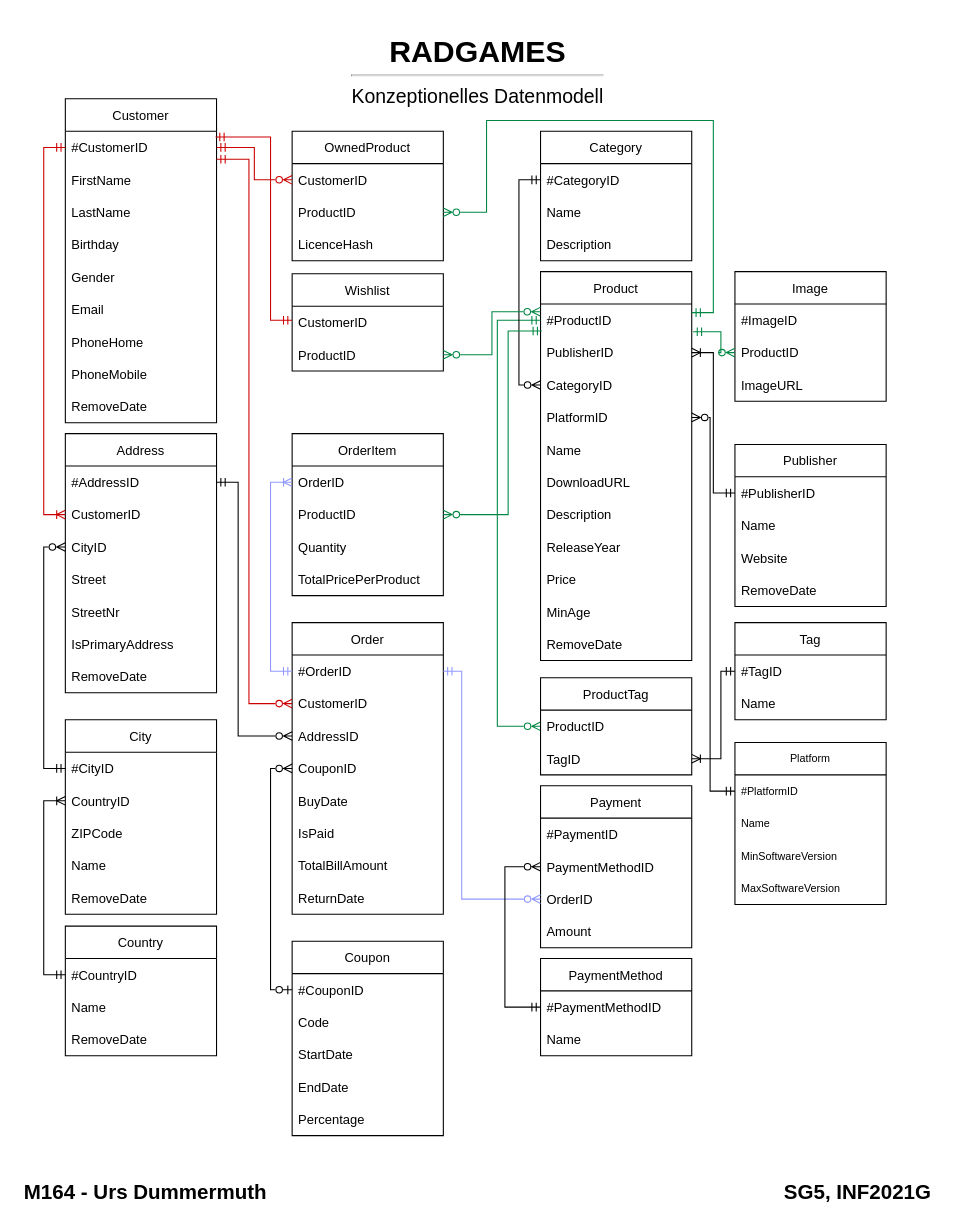
Earlier version of the draw.io diagram page "Konzeptionell" (1 of 3) of Konzepte/Datenmodell.drawio (TD99/gibb-m164). Source tidied: cells renumbered, new cells numbered last; positions are measured from the earlier drawing's top-left corner, leaving out a move shared by most shapes. Both pictures are drawn from the tidied source at 108%, with x=0, y=0 at pixel (18, 29).
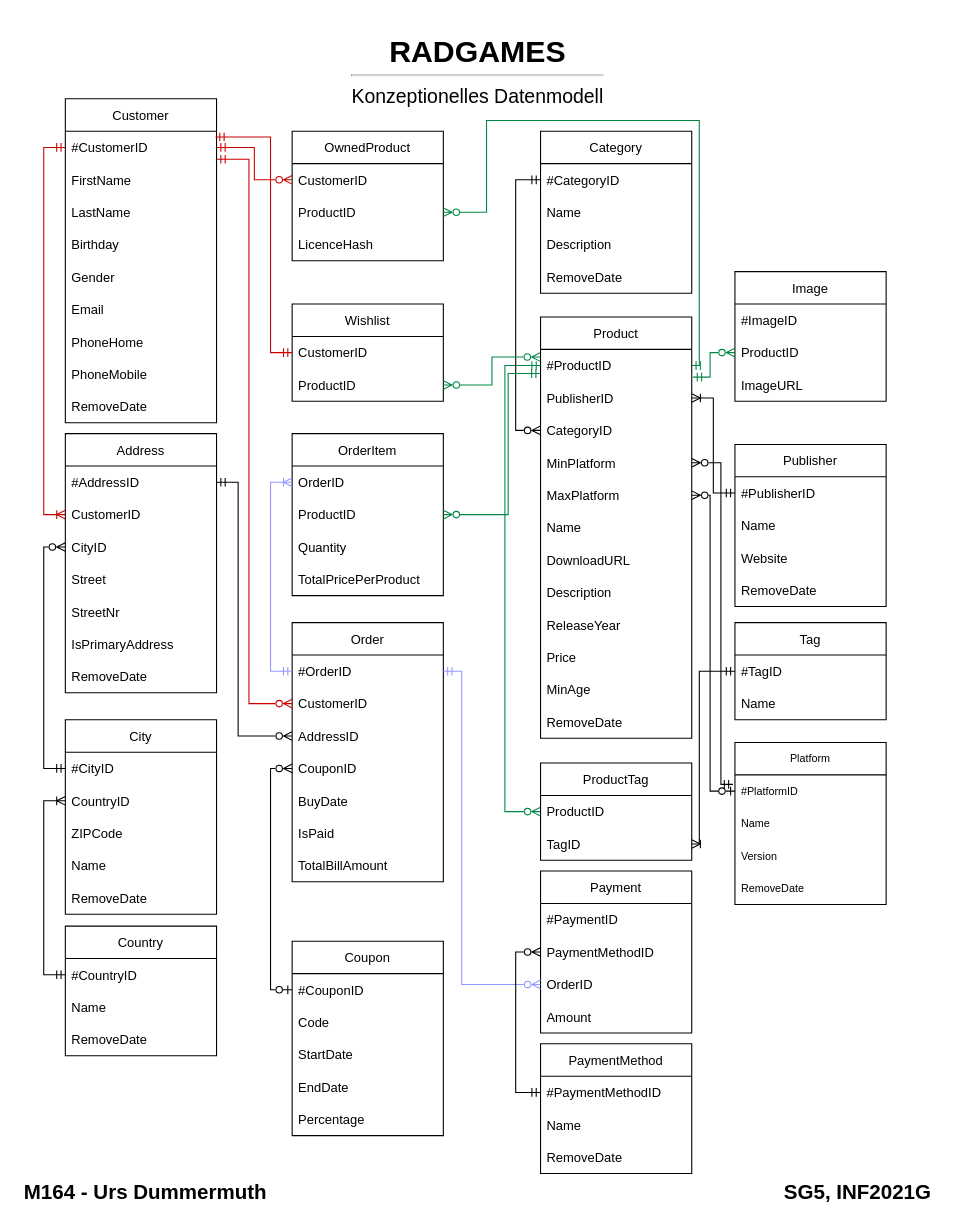
The same diagram, later.

The change refers to these unchanged cells:
```xml
<mxCell id="3" value="#CustomerID" style="text;strokeColor=none;fillColor=none;align=left;verticalAlign=middle;spacingLeft=4;spacingRight=4;overflow=hidden;points=[[0,0.5],[1,0.5]];portConstraint=eastwest;" parent="2" vertex="1">
  <mxGeometry y="30" width="140" height="30" as="geometry" />
</mxCell>
<mxCell id="13" value="#OrderID" style="text;strokeColor=none;fillColor=none;align=left;verticalAlign=middle;spacingLeft=4;spacingRight=4;overflow=hidden;points=[[0,0.5],[1,0.5]];portConstraint=eastwest;" parent="12" vertex="1">
  <mxGeometry y="30" width="140" height="30" as="geometry" />
</mxCell>
<mxCell id="33" value="CustomerID" style="text;strokeColor=none;fillColor=none;align=left;verticalAlign=middle;spacingLeft=4;spacingRight=4;overflow=hidden;points=[[0,0.5],[1,0.5]];portConstraint=eastwest;" parent="32" vertex="1">
  <mxGeometry y="30" width="140" height="30" as="geometry" />
</mxCell>
<mxCell id="45" value="#ProductID" style="text;strokeColor=none;fillColor=none;align=left;verticalAlign=middle;spacingLeft=4;spacingRight=4;overflow=hidden;points=[[0,0.5],[1,0.5]];portConstraint=eastwest;" parent="44" vertex="1">
  <mxGeometry y="30" width="140" height="30" as="geometry" />
</mxCell>
<mxCell id="47" value="CategoryID" style="text;strokeColor=none;fillColor=none;align=left;verticalAlign=middle;spacingLeft=4;spacingRight=4;overflow=hidden;points=[[0,0.5],[1,0.5]];portConstraint=eastwest;" parent="44" vertex="1">
  <mxGeometry y="90" width="140" height="30" as="geometry" />
</mxCell>
<mxCell id="57" value="#PaymentMethodID" style="text;strokeColor=none;fillColor=none;align=left;verticalAlign=middle;spacingLeft=4;spacingRight=4;overflow=hidden;points=[[0,0.5],[1,0.5]];portConstraint=eastwest;" parent="56" vertex="1">
  <mxGeometry y="30" width="140" height="30" as="geometry" />
</mxCell>
<mxCell id="60" value="#TagID" style="text;strokeColor=none;fillColor=none;align=left;verticalAlign=middle;spacingLeft=4;spacingRight=4;overflow=hidden;points=[[0,0.5],[1,0.5]];portConstraint=eastwest;" parent="59" vertex="1">
  <mxGeometry y="30" width="140" height="30" as="geometry" />
</mxCell>
<mxCell id="64" value="ProductID" style="text;strokeColor=none;fillColor=none;align=left;verticalAlign=middle;spacingLeft=4;spacingRight=4;overflow=hidden;points=[[0,0.5],[1,0.5]];portConstraint=eastwest;" parent="62" vertex="1">
  <mxGeometry y="60" width="140" height="30" as="geometry" />
</mxCell>
<mxCell id="72" value="ProductID" style="text;strokeColor=none;fillColor=none;align=left;verticalAlign=middle;spacingLeft=4;spacingRight=4;overflow=hidden;points=[[0,0.5],[1,0.5]];portConstraint=eastwest;" parent="70" vertex="1">
  <mxGeometry y="60" width="140" height="30" as="geometry" />
</mxCell>
<mxCell id="77" value="PaymentMethodID" style="text;strokeColor=none;fillColor=none;align=left;verticalAlign=middle;spacingLeft=4;spacingRight=4;overflow=hidden;points=[[0,0.5],[1,0.5]];portConstraint=eastwest;" parent="75" vertex="1">
  <mxGeometry y="60" width="140" height="30" as="geometry" />
</mxCell>
<mxCell id="78" value="OrderID" style="text;strokeColor=none;fillColor=none;align=left;verticalAlign=middle;spacingLeft=4;spacingRight=4;overflow=hidden;points=[[0,0.5],[1,0.5]];portConstraint=eastwest;" parent="75" vertex="1">
  <mxGeometry y="90" width="140" height="30" as="geometry" />
</mxCell>
<mxCell id="81" value="#CategoryID" style="text;strokeColor=none;fillColor=none;align=left;verticalAlign=middle;spacingLeft=4;spacingRight=4;overflow=hidden;points=[[0,0.5],[1,0.5]];portConstraint=eastwest;" parent="80" vertex="1">
  <mxGeometry y="30" width="140" height="30" as="geometry" />
</mxCell>
<mxCell id="86" value="ProductID" style="text;strokeColor=none;fillColor=none;align=left;verticalAlign=middle;spacingLeft=4;spacingRight=4;overflow=hidden;points=[[0,0.5],[1,0.5]];portConstraint=eastwest;" parent="85" vertex="1">
  <mxGeometry y="30" width="140" height="30" as="geometry" />
</mxCell>
<mxCell id="87" value="TagID" style="text;strokeColor=none;fillColor=none;align=left;verticalAlign=middle;spacingLeft=4;spacingRight=4;overflow=hidden;points=[[0,0.5],[1,0.5]];portConstraint=eastwest;" parent="85" vertex="1">
  <mxGeometry y="60" width="140" height="30" as="geometry" />
</mxCell>
<mxCell id="91" value="ProductID" style="text;strokeColor=none;fillColor=none;align=left;verticalAlign=middle;spacingLeft=4;spacingRight=4;overflow=hidden;points=[[0,0.5],[1,0.5]];portConstraint=eastwest;" parent="89" vertex="1">
  <mxGeometry y="60" width="140" height="30" as="geometry" />
</mxCell>
<mxCell id="118" value="Platform" style="swimlane;fontStyle=0;horizontal=1;startSize=30;fontSize=10;fillColor=none;" parent="1" vertex="1">
  <mxGeometry x="663" y="660" width="140" height="150" as="geometry" />
</mxCell>
<mxCell id="119" value="#PlatformID" style="text;strokeColor=none;fillColor=none;align=left;verticalAlign=middle;spacingLeft=4;spacingRight=4;overflow=hidden;points=[[0,0.5],[1,0.5]];portConstraint=eastwest;fontSize=10;" parent="118" vertex="1">
  <mxGeometry y="30" width="140" height="30" as="geometry" />
</mxCell>
```

Diff of the diagram source:
```diff
@@
     <mxCell id="12" value="Order" style="swimlane;fontStyle=0;horizontal=1;startSize=30;fillColor=none;" parent="1" vertex="1">
-      <mxGeometry x="253" y="549" width="140" height="270" as="geometry" />
+      <mxGeometry x="253" y="549" width="140" height="240" as="geometry" />
     </mxCell>
@@
-    <mxCell id="20" value="ReturnDate" style="text;strokeColor=none;fillColor=none;align=left;verticalAlign=middle;spacingLeft=4;spacingRight=4;overflow=hidden;" parent="12" vertex="1">
-      <mxGeometry y="240" width="140" height="30" as="geometry" />
-    </mxCell>
@@
     <mxCell id="32" value="Wishlist" style="swimlane;fontStyle=0;horizontal=1;startSize=30;fillColor=none;" parent="1" vertex="1">
-      <mxGeometry x="253" y="226" width="140" height="90" as="geometry" />
+      <mxGeometry x="253" y="254" width="140" height="90" as="geometry" />
     </mxCell>
@@
     <mxCell id="44" value="Product" style="swimlane;fontStyle=0;horizontal=1;startSize=30;fillColor=none;" parent="1" vertex="1">
-      <mxGeometry x="483" y="224" width="140" height="360" as="geometry" />
+      <mxGeometry x="483" y="266" width="140" height="390" as="geometry" />
     </mxCell>
@@
-    <mxCell id="48" value="PlatformID" style="text;strokeColor=none;fillColor=none;align=left;verticalAlign=middle;spacingLeft=4;spacingRight=4;overflow=hidden;points=[[0,0.5],[1,0.5]];portConstraint=eastwest;" parent="44" vertex="1">
+    <mxCell id="48" value="MinPlatform" style="text;strokeColor=none;fillColor=none;align=left;verticalAlign=middle;spacingLeft=4;spacingRight=4;overflow=hidden;points=[[0,0.5],[1,0.5]];portConstraint=eastwest;" parent="44" vertex="1">
       <mxGeometry y="120" width="140" height="30" as="geometry" />
     </mxCell>
+    <mxCell id="124" value="MaxPlatform" style="text;strokeColor=none;fillColor=none;align=left;verticalAlign=middle;spacingLeft=4;spacingRight=4;overflow=hidden;points=[[0,0.5],[1,0.5]];portConstraint=eastwest;" parent="44" vertex="1">
+      <mxGeometry y="150" width="140" height="30" as="geometry" />
+    </mxCell>
     <mxCell id="49" value="Name" style="text;strokeColor=none;fillColor=none;align=left;verticalAlign=middle;spacingLeft=4;spacingRight=4;overflow=hidden;" parent="44" vertex="1">
-      <mxGeometry y="150" width="140" height="30" as="geometry" />
+      <mxGeometry y="180" width="140" height="30" as="geometry" />
     </mxCell>
     <mxCell id="50" value="DownloadURL" style="text;strokeColor=none;fillColor=none;align=left;verticalAlign=middle;spacingLeft=4;spacingRight=4;overflow=hidden;" parent="44" vertex="1">
-      <mxGeometry y="180" width="140" height="30" as="geometry" />
+      <mxGeometry y="210" width="140" height="30" as="geometry" />
     </mxCell>
     <mxCell id="51" value="Description" style="text;strokeColor=none;fillColor=none;align=left;verticalAlign=middle;spacingLeft=4;spacingRight=4;overflow=hidden;" parent="44" vertex="1">
-      <mxGeometry y="210" width="140" height="30" as="geometry" />
+      <mxGeometry y="240" width="140" height="30" as="geometry" />
     </mxCell>
     <mxCell id="52" value="ReleaseYear" style="text;strokeColor=none;fillColor=none;align=left;verticalAlign=middle;spacingLeft=4;spacingRight=4;overflow=hidden;" parent="44" vertex="1">
-      <mxGeometry y="240" width="140" height="30" as="geometry" />
+      <mxGeometry y="270" width="140" height="30" as="geometry" />
     </mxCell>
     <mxCell id="53" value="Price" style="text;strokeColor=none;fillColor=none;align=left;verticalAlign=middle;spacingLeft=4;spacingRight=4;overflow=hidden;" parent="44" vertex="1">
-      <mxGeometry y="270" width="140" height="30" as="geometry" />
+      <mxGeometry y="300" width="140" height="30" as="geometry" />
     </mxCell>
     <mxCell id="54" value="MinAge" style="text;strokeColor=none;fillColor=none;align=left;verticalAlign=middle;spacingLeft=4;spacingRight=4;overflow=hidden;" parent="44" vertex="1">
-      <mxGeometry y="300" width="140" height="30" as="geometry" />
+      <mxGeometry y="330" width="140" height="30" as="geometry" />
     </mxCell>
     <mxCell id="55" value="RemoveDate" style="text;strokeColor=none;fillColor=none;align=left;verticalAlign=middle;spacingLeft=4;spacingRight=4;overflow=hidden;" parent="44" vertex="1">
-      <mxGeometry y="330" width="140" height="30" as="geometry" />
+      <mxGeometry y="360" width="140" height="30" as="geometry" />
     </mxCell>
     <mxCell id="56" value="PaymentMethod" style="swimlane;fontStyle=0;horizontal=1;startSize=30;fillColor=none;" parent="1" vertex="1">
-      <mxGeometry x="483" y="860" width="140" height="90" as="geometry" />
+      <mxGeometry x="483" y="939" width="140" height="120" as="geometry" />
     </mxCell>
@@
+    <mxCell id="125" value="RemoveDate" style="text;strokeColor=none;fillColor=none;align=left;verticalAlign=middle;spacingLeft=4;spacingRight=4;overflow=hidden;" parent="56" vertex="1">
+      <mxGeometry y="90" width="140" height="30" as="geometry" />
+    </mxCell>
@@
     <mxCell id="75" value="Payment" style="swimlane;fontStyle=0;horizontal=1;startSize=30;fillColor=none;" parent="1" vertex="1">
-      <mxGeometry x="483" y="700" width="140" height="150" as="geometry" />
+      <mxGeometry x="483" y="779" width="140" height="150" as="geometry" />
     </mxCell>
@@
     <mxCell id="80" value="Category" style="swimlane;fontStyle=0;horizontal=1;startSize=30;fillColor=none;" parent="1" vertex="1">
-      <mxGeometry x="483" y="94" width="140" height="120" as="geometry" />
+      <mxGeometry x="483" y="94" width="140" height="150" as="geometry" />
     </mxCell>
@@
+    <mxCell id="126" value="RemoveDate" style="text;strokeColor=none;fillColor=none;align=left;verticalAlign=middle;spacingLeft=4;spacingRight=4;overflow=hidden;" parent="80" vertex="1">
+      <mxGeometry y="120" width="140" height="30" as="geometry" />
+    </mxCell>
     <mxCell id="84" style="rounded=0;jettySize=auto;html=1;startArrow=ERzeroToMany;startFill=0;endArrow=ERmandOne;endFill=0;exitX=0;exitY=0.5;exitDx=0;exitDy=0;entryX=0;entryY=0.5;entryDx=0;entryDy=0;edgeStyle=orthogonalEdgeStyle;strokeColor=#008744;" parent="1" edge="1" source="86" target="45">
       <mxGeometry relative="1" as="geometry">
         <Array as="points">
-          <mxPoint x="443" y="645" />
-          <mxPoint x="443" y="269" />
+          <mxPoint x="450" y="724" />
+          <mxPoint x="450" y="311" />
         </Array>
       </mxGeometry>
     </mxCell>
     <mxCell id="85" value="ProductTag" style="swimlane;fontStyle=0;horizontal=1;startSize=30;fillColor=none;" parent="1" vertex="1">
-      <mxGeometry x="483" y="600" width="140" height="90" as="geometry" />
+      <mxGeometry x="483" y="679" width="140" height="90" as="geometry" />
     </mxCell>
@@
     <mxCell id="88" style="rounded=0;jettySize=auto;html=1;startArrow=ERmandOne;startFill=0;endArrow=ERoneToMany;endFill=0;exitX=0;exitY=0.5;exitDx=0;exitDy=0;entryX=1;entryY=0.5;entryDx=0;entryDy=0;edgeStyle=orthogonalEdgeStyle;" parent="1" edge="1" source="60" target="87">
       <mxGeometry relative="1" as="geometry">
         <Array as="points">
-          <mxPoint x="650" y="594" />
-          <mxPoint x="650" y="675" />
+          <mxPoint x="630" y="594" />
+          <mxPoint x="630" y="754" />
         </Array>
       </mxGeometry>
     </mxCell>
@@
     <mxCell id="93" style="edgeStyle=orthogonalEdgeStyle;rounded=0;jettySize=auto;html=1;entryX=0;entryY=0.5;entryDx=0;entryDy=0;startArrow=ERmandOne;startFill=0;endArrow=ERzeroToMany;endFill=0;" parent="1" edge="1" source="81" target="47">
       <mxGeometry relative="1" as="geometry">
         <Array as="points">
-          <mxPoint x="463" y="139" />
-          <mxPoint x="463" y="329" />
+          <mxPoint x="460" y="139" />
+          <mxPoint x="460" y="371" />
         </Array>
       </mxGeometry>
     </mxCell>
     <mxCell id="94" style="edgeStyle=orthogonalEdgeStyle;rounded=0;jettySize=auto;html=1;startArrow=ERzeroToMany;startFill=0;endArrow=ERmandOne;endFill=0;entryX=1.008;entryY=0.857;entryDx=0;entryDy=0;entryPerimeter=0;strokeColor=#008744;" parent="1" edge="1" source="64" target="45">
       <mxGeometry relative="1" as="geometry">
         <Array as="points">
-          <mxPoint x="650" y="299" />
-          <mxPoint x="650" y="280" />
+          <mxPoint x="640" y="299" />
+          <mxPoint x="640" y="322" />
+          <mxPoint x="624" y="322" />
         </Array>
       </mxGeometry>
     </mxCell>
@@
-    <mxCell id="98" style="edgeStyle=orthogonalEdgeStyle;rounded=0;jettySize=auto;html=1;startArrow=ERmandOne;startFill=0;endArrow=ERmandOne;endFill=0;entryX=0.993;entryY=0.179;entryDx=0;entryDy=0;entryPerimeter=0;strokeColor=#CC0000;" parent="1" edge="1" source="33" target="3">
+    <mxCell id="98" style="edgeStyle=orthogonalEdgeStyle;rounded=0;jettySize=auto;html=1;startArrow=ERmandOne;startFill=0;endArrow=ERmandOne;endFill=0;entryX=0.993;entryY=0.179;entryDx=0;entryDy=0;entryPerimeter=0;strokeColor=#CC0000;exitX=0;exitY=0.5;exitDx=0;exitDy=0;" parent="1" edge="1" source="33" target="3">
       <mxGeometry relative="1" as="geometry">
         <Array as="points">
-          <mxPoint x="233" y="269" />
+          <mxPoint x="233" y="299" />
           <mxPoint x="233" y="99" />
         </Array>
       </mxGeometry>
     </mxCell>
@@
-    <mxCell id="100" style="edgeStyle=orthogonalEdgeStyle;rounded=0;jettySize=auto;html=1;entryX=0.008;entryY=0.834;entryDx=0;entryDy=0;entryPerimeter=0;startArrow=ERzeroToMany;startFill=0;endArrow=ERmandOne;endFill=0;strokeColor=#008744;exitX=1;exitY=0.5;exitDx=0;exitDy=0;" parent="1" edge="1" source="72" target="45">
+    <mxCell id="100" style="edgeStyle=orthogonalEdgeStyle;rounded=0;jettySize=auto;html=1;entryX=-0.002;entryY=0.747;entryDx=0;entryDy=0;entryPerimeter=0;startArrow=ERzeroToMany;startFill=0;endArrow=ERmandOne;endFill=0;strokeColor=#008744;exitX=1;exitY=0.5;exitDx=0;exitDy=0;" parent="1" edge="1" source="72" target="45">
       <mxGeometry relative="1" as="geometry">
         <Array as="points">
           <mxPoint x="453" y="449" />
-          <mxPoint x="453" y="279" />
+          <mxPoint x="453" y="318" />
         </Array>
       </mxGeometry>
     </mxCell>
@@
     <mxCell id="105" style="edgeStyle=orthogonalEdgeStyle;rounded=0;jettySize=auto;html=1;entryX=1;entryY=0.5;entryDx=0;entryDy=0;startArrow=ERzeroToMany;startFill=0;endArrow=ERmandOne;endFill=0;strokeColor=#9199FF;exitX=0;exitY=0.5;exitDx=0;exitDy=0;" parent="1" edge="1" source="78" target="13">
       <mxGeometry relative="1" as="geometry">
         <Array as="points">
-          <mxPoint x="410" y="805" />
+          <mxPoint x="410" y="884" />
           <mxPoint x="410" y="594" />
         </Array>
       </mxGeometry>
     </mxCell>
-    <mxCell id="106" style="edgeStyle=orthogonalEdgeStyle;rounded=0;jettySize=auto;html=1;entryX=0;entryY=0.5;entryDx=0;entryDy=0;startArrow=ERzeroToMany;startFill=0;endArrow=ERmandOne;endFill=0;exitX=0;exitY=0.5;exitDx=0;exitDy=0;" parent="1" edge="1" source="77" target="56">
+    <mxCell id="106" style="edgeStyle=orthogonalEdgeStyle;rounded=0;jettySize=auto;html=1;entryX=0;entryY=0.5;entryDx=0;entryDy=0;startArrow=ERzeroToMany;startFill=0;endArrow=ERmandOne;endFill=0;exitX=0;exitY=0.5;exitDx=0;exitDy=0;" parent="1" edge="1" source="77" target="57">
       <mxGeometry relative="1" as="geometry">
         <Array as="points">
-          <mxPoint x="450" y="775" />
-          <mxPoint x="450" y="905" />
+          <mxPoint x="460" y="854" />
+          <mxPoint x="460" y="984" />
         </Array>
       </mxGeometry>
     </mxCell>
@@
-    <mxCell id="108" style="edgeStyle=orthogonalEdgeStyle;rounded=0;jettySize=auto;html=1;startArrow=ERzeroToMany;startFill=0;endArrow=ERmandOne;endFill=0;exitX=1;exitY=0.5;exitDx=0;exitDy=0;strokeColor=#008744;" parent="1" edge="1" source="91">
+    <mxCell id="108" style="edgeStyle=orthogonalEdgeStyle;rounded=0;jettySize=auto;html=1;startArrow=ERzeroToMany;startFill=0;endArrow=ERmandOne;endFill=0;exitX=1;exitY=0.5;exitDx=0;exitDy=0;strokeColor=#008744;entryX=1;entryY=0.5;entryDx=0;entryDy=0;" parent="1" edge="1" source="91" target="45">
       <mxGeometry relative="1" as="geometry">
-        <mxPoint x="623" y="262" as="targetPoint" />
         <Array as="points">
           <mxPoint x="433" y="169" />
           <mxPoint x="433" y="84" />
-          <mxPoint x="643" y="84" />
-          <mxPoint x="643" y="262" />
+          <mxPoint x="630" y="84" />
+          <mxPoint x="630" y="311" />
         </Array>
       </mxGeometry>
     </mxCell>
@@
-    <mxCell id="121" value="MinSoftwareVersion" style="text;strokeColor=none;fillColor=none;align=left;verticalAlign=middle;spacingLeft=4;spacingRight=4;overflow=hidden;fontSize=10;" parent="118" vertex="1">
+    <mxCell id="121" value="Version" style="text;strokeColor=none;fillColor=none;align=left;verticalAlign=middle;spacingLeft=4;spacingRight=4;overflow=hidden;fontSize=10;" parent="118" vertex="1">
       <mxGeometry y="90" width="140" height="30" as="geometry" />
     </mxCell>
-    <mxCell id="122" value="MaxSoftwareVersion" style="text;strokeColor=none;fillColor=none;align=left;verticalAlign=middle;spacingLeft=4;spacingRight=4;overflow=hidden;fontSize=10;" parent="118" vertex="1">
+    <mxCell id="122" value="RemoveDate" style="text;strokeColor=none;fillColor=none;align=left;verticalAlign=middle;spacingLeft=4;spacingRight=4;overflow=hidden;fontSize=10;" parent="118" vertex="1">
       <mxGeometry y="120" width="140" height="30" as="geometry" />
     </mxCell>
-    <mxCell id="123" style="edgeStyle=orthogonalEdgeStyle;rounded=0;jettySize=auto;html=1;exitX=1;exitY=0.5;exitDx=0;exitDy=0;entryX=0;entryY=0.5;entryDx=0;entryDy=0;fontSize=10;startArrow=ERzeroToMany;startFill=0;endArrow=ERmandOne;endFill=0;" parent="1" edge="1" source="48" target="119">
+    <mxCell id="123" style="edgeStyle=orthogonalEdgeStyle;rounded=0;jettySize=auto;html=1;startArrow=ERzeroToMany;startFill=0;endArrow=ERmandOne;endFill=0;exitX=1;exitY=0.5;exitDx=0;exitDy=0;entryX=-0.013;entryY=0.292;entryDx=0;entryDy=0;entryPerimeter=0;" parent="1" edge="1" source="48" target="119">
       <mxGeometry relative="1" as="geometry">
         <Array as="points">
-          <mxPoint x="640" y="359" />
-          <mxPoint x="640" y="705" />
+          <mxPoint x="650" y="401" />
+          <mxPoint x="650" y="699" />
         </Array>
       </mxGeometry>
     </mxCell>
+    <mxCell id="127" style="edgeStyle=orthogonalEdgeStyle;rounded=0;jettySize=auto;html=1;startArrow=ERzeroToMany;startFill=0;endArrow=ERzeroToOne;endFill=0;exitX=1;exitY=0.5;exitDx=0;exitDy=0;entryX=0;entryY=0.5;entryDx=0;entryDy=0;" parent="1" edge="1" source="124" target="119">
+      <mxGeometry relative="1" as="geometry">
+        <Array as="points">
+          <mxPoint x="640" y="431" />
+          <mxPoint x="640" y="705" />
+        </Array>
+      </mxGeometry>
+    </mxCell>
```
